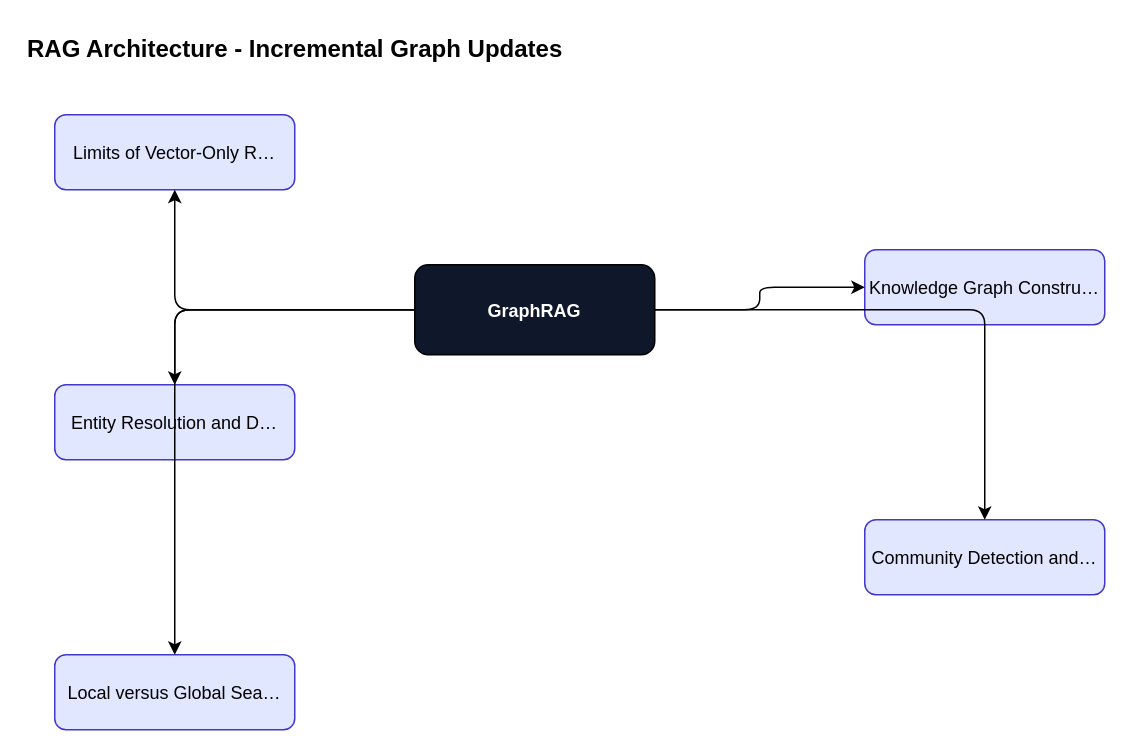
Earlier version of the draw.io diagram content/graphrag/graphrag-foundations/diagrams/fig-016-rag-architecture.drawio (ankit05121980/AI-University). Source tidied: cells renumbered, new cells numbered last; positions are measured from the earlier drawing's top-left corner, leaving out a move shared by most shapes. Both pictures are drawn from the tidied source at 150%, with x=0, y=0 at pixel (24, 24).
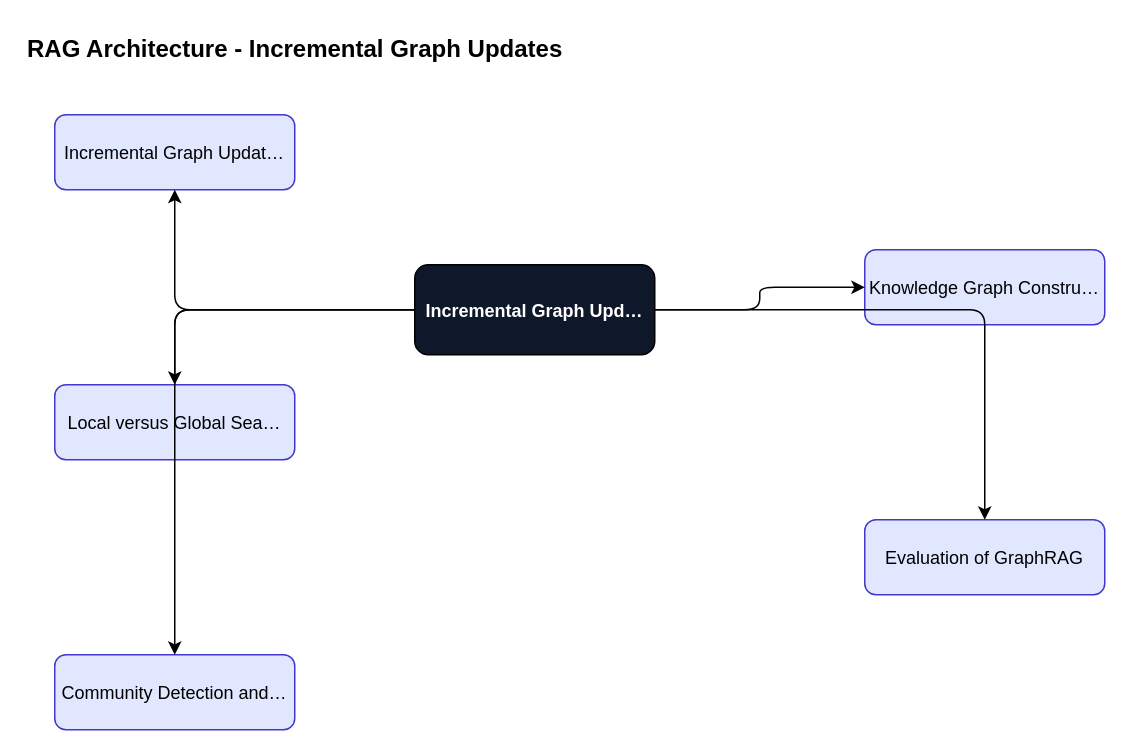
Above is the later version.

Diff of the diagram source:
```diff
@@
 <mxGraphModel>
   <root>
     <mxCell id="0" />
     <mxCell id="1" parent="0" />
     <mxCell id="2" value="RAG Architecture - Incremental Graph Updates" style="text;fontSize=16;fontStyle=1;" parent="1" vertex="1">
       <mxGeometry width="600" height="30" as="geometry" />
     </mxCell>
-    <mxCell id="3" value="GraphRAG" style="rounded=1;fillColor=#0f172a;fontColor=#ffffff;fontStyle=1;" parent="1" vertex="1">
+    <mxCell id="3" value="Incremental Graph Upd…" style="rounded=1;fillColor=#0f172a;fontColor=#ffffff;fontStyle=1;" parent="1" vertex="1">
       <mxGeometry x="260" y="160" width="160" height="60" as="geometry" />
     </mxCell>
-    <mxCell id="4" value="Limits of Vector-Only R…" style="rounded=1;fillColor=#e0e7ff;strokeColor=#4338ca;" parent="1" vertex="1">
+    <mxCell id="4" value="Incremental Graph Updat…" style="rounded=1;fillColor=#e0e7ff;strokeColor=#4338ca;" parent="1" vertex="1">
       <mxGeometry x="20" y="60" width="160" height="50" as="geometry" />
     </mxCell>
     <mxCell id="5" style="edgeStyle=orthogonalEdgeStyle;" parent="1" edge="1" source="3" target="4">
       <mxGeometry relative="1" as="geometry" />
     </mxCell>
     <mxCell id="6" value="Knowledge Graph Constru…" style="rounded=1;fillColor=#e0e7ff;strokeColor=#4338ca;" parent="1" vertex="1">
       <mxGeometry x="560" y="150" width="160" height="50" as="geometry" />
     </mxCell>
     <mxCell id="7" style="edgeStyle=orthogonalEdgeStyle;" parent="1" edge="1" source="3" target="6">
       <mxGeometry relative="1" as="geometry" />
     </mxCell>
-    <mxCell id="8" value="Entity Resolution and D…" style="rounded=1;fillColor=#e0e7ff;strokeColor=#4338ca;" parent="1" vertex="1">
+    <mxCell id="8" value="Local versus Global Sea…" style="rounded=1;fillColor=#e0e7ff;strokeColor=#4338ca;" parent="1" vertex="1">
       <mxGeometry x="20" y="240" width="160" height="50" as="geometry" />
     </mxCell>
     <mxCell id="9" style="edgeStyle=orthogonalEdgeStyle;" parent="1" edge="1" source="3" target="8">
       <mxGeometry relative="1" as="geometry" />
     </mxCell>
-    <mxCell id="10" value="Community Detection and…" style="rounded=1;fillColor=#e0e7ff;strokeColor=#4338ca;" parent="1" vertex="1">
+    <mxCell id="10" value="Evaluation of GraphRAG" style="rounded=1;fillColor=#e0e7ff;strokeColor=#4338ca;" parent="1" vertex="1">
       <mxGeometry x="560" y="330" width="160" height="50" as="geometry" />
     </mxCell>
     <mxCell id="11" style="edgeStyle=orthogonalEdgeStyle;" parent="1" edge="1" source="3" target="10">
       <mxGeometry relative="1" as="geometry" />
     </mxCell>
-    <mxCell id="12" value="Local versus Global Sea…" style="rounded=1;fillColor=#e0e7ff;strokeColor=#4338ca;" parent="1" vertex="1">
+    <mxCell id="12" value="Community Detection and…" style="rounded=1;fillColor=#e0e7ff;strokeColor=#4338ca;" parent="1" vertex="1">
       <mxGeometry x="20" y="420" width="160" height="50" as="geometry" />
     </mxCell>
     <mxCell id="13" style="edgeStyle=orthogonalEdgeStyle;" parent="1" edge="1" source="3" target="12">
       <mxGeometry relative="1" as="geometry" />
     </mxCell>
   </root>
 </mxGraphModel>
```
